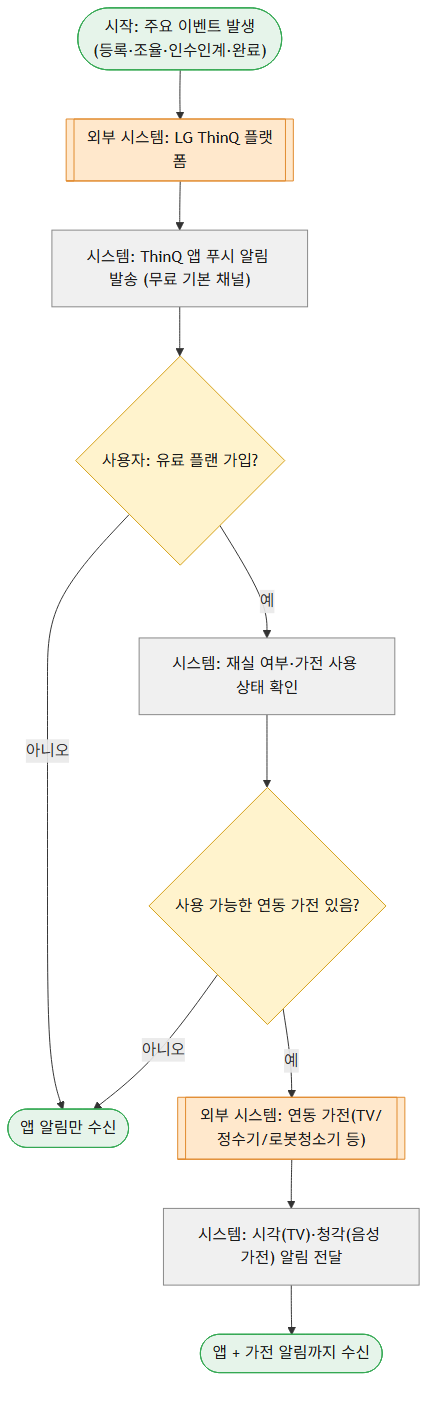
The Mermaid diagram docs/서비스흐름도/08_알림제공.png in tarcein/LGDXPJ, before a commit. Its source is kept beside it as docs/서비스흐름도/08_알림제공.mmd. Source of this version:
```mermaid
flowchart TD
    Start(["시작: 주요 이벤트 발생\n(등록·조율·인수인계·완료)"]):::terminal --> A[["외부 시스템: LG ThinQ 플랫폼"]]:::external
    A --> B["시스템: ThinQ 앱 푸시 알림 발송 (무료 기본 채널)"]:::system
    B --> C{"사용자: 유료 플랜 가입?"}:::decision
    C -- "아니오" --> End1(["앱 알림만 수신"]):::terminal
    C -- "예" --> D["시스템: 재실 여부·가전 사용 상태 확인"]:::system
    D --> E{"사용 가능한 연동 가전 있음?"}:::decision
    E -- "아니오" --> End1
    E -- "예" --> F[["외부 시스템: 연동 가전(TV/정수기/로봇청소기 등)"]]:::external
    F --> G["시스템: 시각(TV)·청각(음성 가전) 알림 전달"]:::system
    G --> End2(["앱 + 가전 알림까지 수신"]):::terminal

    classDef user fill:#DCEEFB,stroke:#4A90D9,stroke-width:1px,color:#1a1a1a;
    classDef system fill:#F0F0F0,stroke:#888888,stroke-width:1px,color:#1a1a1a;
    classDef external fill:#FFE8CC,stroke:#E08A2C,stroke-width:1px,color:#1a1a1a;
    classDef decision fill:#FFF3CD,stroke:#D4A017,stroke-width:1px,color:#1a1a1a;
    classDef terminal fill:#E6F4EA,stroke:#34A853,stroke-width:1px,color:#1a1a1a;
```
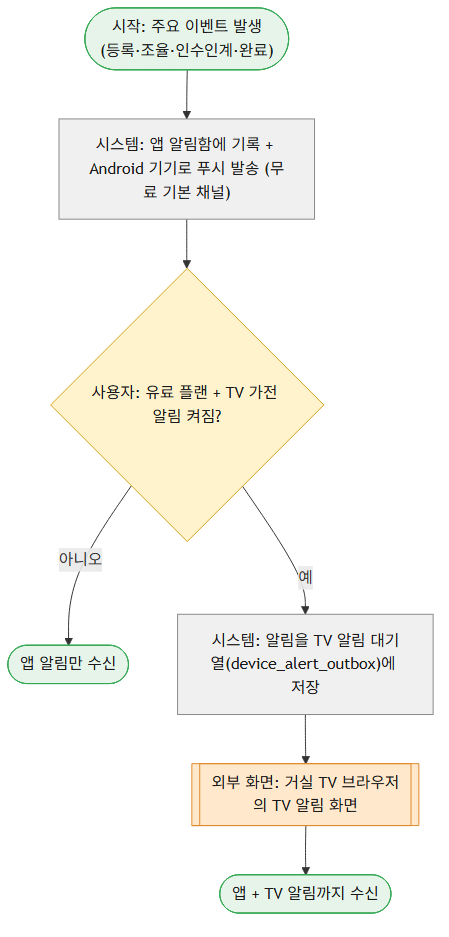
After the commit.

The edit, as a diff of the source:
```diff
@@ -1,14 +1,11 @@
 flowchart TD
-    Start(["시작: 주요 이벤트 발생\n(등록·조율·인수인계·완료)"]):::terminal --> A[["외부 시스템: LG ThinQ 플랫폼"]]:::external
-    A --> B["시스템: ThinQ 앱 푸시 알림 발송 (무료 기본 채널)"]:::system
-    B --> C{"사용자: 유료 플랜 가입?"}:::decision
+    Start(["시작: 주요 이벤트 발생\n(등록·조율·인수인계·완료)"]):::terminal --> A["시스템: 앱 알림함에 기록 + Android 기기로 푸시 발송 (무료 기본 채널)"]:::system
+    A --> C{"사용자: 유료 플랜 + TV 가전 알림 켜짐?"}:::decision
     C -- "아니오" --> End1(["앱 알림만 수신"]):::terminal
-    C -- "예" --> D["시스템: 재실 여부·가전 사용 상태 확인"]:::system
-    D --> E{"사용 가능한 연동 가전 있음?"}:::decision
-    E -- "아니오" --> End1
-    E -- "예" --> F[["외부 시스템: 연동 가전(TV/정수기/로봇청소기 등)"]]:::external
-    F --> G["시스템: 시각(TV)·청각(음성 가전) 알림 전달"]:::system
-    G --> End2(["앱 + 가전 알림까지 수신"]):::terminal
+    C -- "예" --> F["시스템: 알림을 TV 알림 대기열(device_alert_outbox)에 저장"]:::system
+    F --> G[["외부 화면: 거실 TV 브라우저의 TV 알림 화면"]]:::external
+    G --> End2(["앱 + TV 알림까지 수신"]):::terminal
+
 
     classDef user fill:#DCEEFB,stroke:#4A90D9,stroke-width:1px,color:#1a1a1a;
     classDef system fill:#F0F0F0,stroke:#888888,stroke-width:1px,color:#1a1a1a;
```
